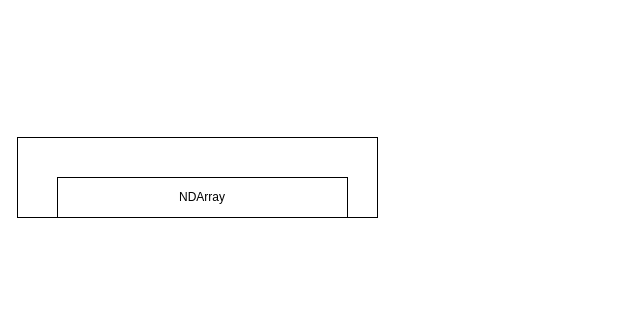
DavidZyy/drawio_repo keeps this draw.io diagram as dl_frame.drawio. Above is the earlier version. Source tidied: cells renumbered, new cells numbered last; positions are measured from the earlier drawing's top-left corner, leaving out a move shared by most shapes. Both pictures are drawn from the tidied source at 100%, with x=0, y=0 at pixel (17, 137).
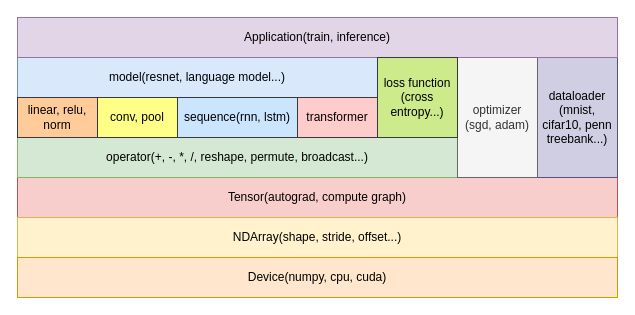
The same diagram, later.

What changed in the source:
```diff
@@
 <mxGraphModel>
   <root>
     <mxCell id="0" />
     <mxCell id="1" parent="0" />
-    <mxCell id="2" style="rounded=0;whiteSpace=wrap;html=1;" parent="1" vertex="1">
-      <mxGeometry width="360" height="80" as="geometry" />
+    <mxCell id="2" value="Tensor(autograd, compute graph)" style="rounded=0;whiteSpace=wrap;html=1;fillColor=#f8cecc;strokeColor=#b85450;" parent="1" vertex="1">
+      <mxGeometry y="40" width="600" height="40" as="geometry" />
     </mxCell>
-    <mxCell id="3" value="NDArray" style="rounded=0;whiteSpace=wrap;html=1;" parent="1" vertex="1">
-      <mxGeometry x="40" y="40" width="290" height="40" as="geometry" />
+    <mxCell id="3" value="NDArray(shape, stride, offset...)" style="rounded=0;whiteSpace=wrap;html=1;fillColor=#fff2cc;strokeColor=#d6b656;" parent="1" vertex="1">
+      <mxGeometry y="80" width="600" height="40" as="geometry" />
     </mxCell>
+    <mxCell id="4" value="Device(numpy, cpu, cuda)" style="rounded=0;whiteSpace=wrap;html=1;fillColor=#ffe6cc;strokeColor=#d79b00;" parent="1" vertex="1">
+      <mxGeometry y="120" width="600" height="40" as="geometry" />
+    </mxCell>
+    <mxCell id="5" value="operator(+, -, *, /, reshape, permute, broadcast...)" style="rounded=0;whiteSpace=wrap;html=1;fillColor=#d5e8d4;strokeColor=#82b366;" parent="1" vertex="1">
+      <mxGeometry width="440" height="40" as="geometry" />
+    </mxCell>
+    <mxCell id="6" value="model(resnet, language model...)" style="rounded=0;whiteSpace=wrap;html=1;fillColor=#dae8fc;strokeColor=#6c8ebf;" parent="1" vertex="1">
+      <mxGeometry y="-80" width="360" height="40" as="geometry" />
+    </mxCell>
+    <mxCell id="7" value="linear, relu, norm" style="rounded=0;whiteSpace=wrap;html=1;fillColor=#ffcc99;strokeColor=#36393d;" parent="1" vertex="1">
+      <mxGeometry y="-40" width="80" height="40" as="geometry" />
+    </mxCell>
+    <mxCell id="8" value="dataloader&lt;div&gt;(mnist, cifar10, penn treebank...)&lt;/div&gt;" style="rounded=0;whiteSpace=wrap;html=1;fillColor=#d0cee2;strokeColor=#56517e;" parent="1" vertex="1">
+      <mxGeometry x="520" y="-80" width="80" height="120" as="geometry" />
+    </mxCell>
+    <mxCell id="9" value="conv, pool" style="rounded=0;whiteSpace=wrap;html=1;fillColor=#ffff88;strokeColor=#36393d;" parent="1" vertex="1">
+      <mxGeometry x="80" y="-40" width="80" height="40" as="geometry" />
+    </mxCell>
+    <mxCell id="10" value="sequence(rnn, lstm)" style="rounded=0;whiteSpace=wrap;html=1;fillColor=#cce5ff;strokeColor=#36393d;" parent="1" vertex="1">
+      <mxGeometry x="160" y="-40" width="120" height="40" as="geometry" />
+    </mxCell>
+    <mxCell id="11" value="transformer" style="rounded=0;whiteSpace=wrap;html=1;fillColor=#ffcccc;strokeColor=#36393d;" parent="1" vertex="1">
+      <mxGeometry x="280" y="-40" width="80" height="40" as="geometry" />
+    </mxCell>
+    <mxCell id="12" value="optimizer&lt;div&gt;(sgd, adam)&lt;/div&gt;" style="rounded=0;whiteSpace=wrap;html=1;fillColor=#f5f5f5;strokeColor=#666666;fontColor=#333333;" parent="1" vertex="1">
+      <mxGeometry x="440" y="-80" width="80" height="120" as="geometry" />
+    </mxCell>
+    <mxCell id="13" value="Application(train, inference)" style="rounded=0;whiteSpace=wrap;html=1;fillColor=#e1d5e7;strokeColor=#9673a6;" parent="1" vertex="1">
+      <mxGeometry y="-120" width="600" height="40" as="geometry" />
+    </mxCell>
+    <mxCell id="14" value="loss function&lt;div&gt;(cross entropy...)&lt;/div&gt;" style="rounded=0;whiteSpace=wrap;html=1;fillColor=#cdeb8b;strokeColor=#36393d;" parent="1" vertex="1">
+      <mxGeometry x="360" y="-80" width="80" height="80" as="geometry" />
+    </mxCell>
   </root>
 </mxGraphModel>
```
